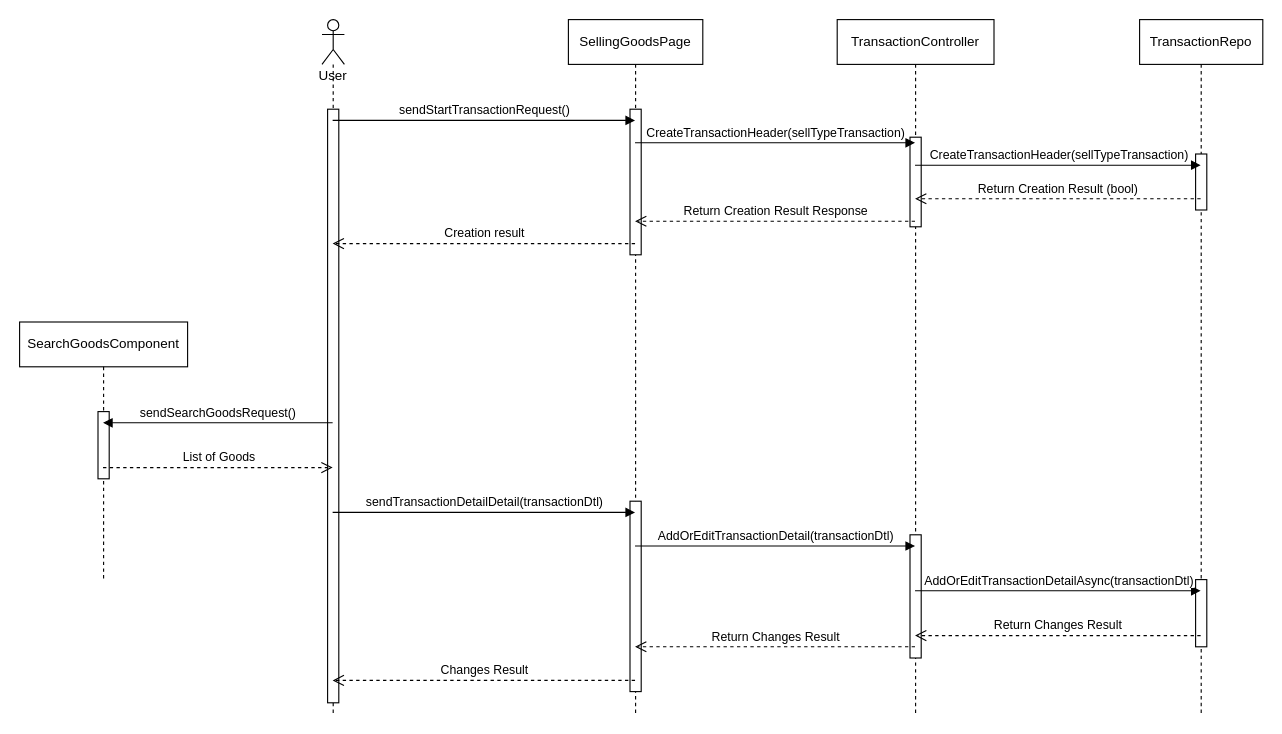
Before: Diagram/Selling Goods Sequence.drawio in ryusu777/dodo-app, a draw.io diagram. Source tidied: cells renumbered, new cells numbered last; positions are measured from the earlier drawing's top-left corner, leaving out a move shared by most shapes. Both pictures are drawn from the tidied source at 112%, with x=0, y=0 at pixel (19, 19).
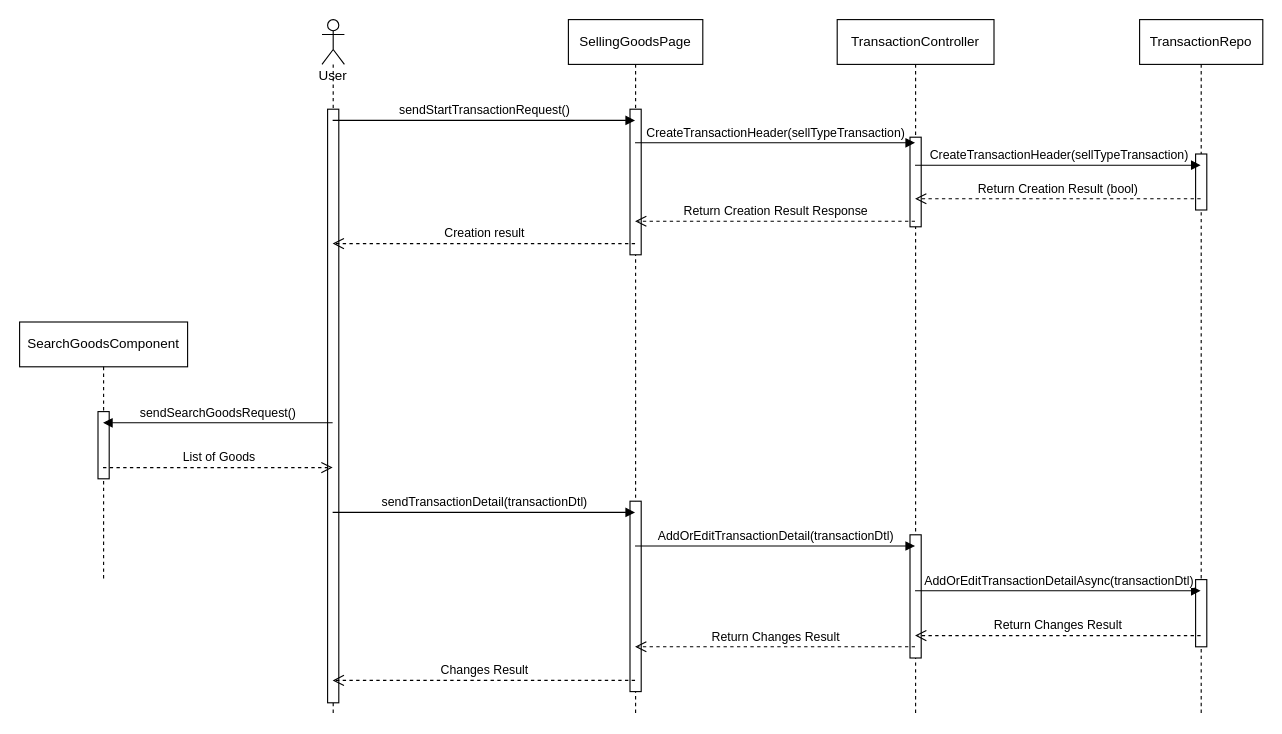
The same diagram, later.

The change refers to these unchanged cells:
```xml
<mxCell id="2" value="User" style="shape=umlLifeline;participant=umlActor;perimeter=lifelinePerimeter;whiteSpace=wrap;html=1;verticalAlign=top;spacingTop=36;outlineConnect=0;" parent="1" vertex="1">
  <mxGeometry x="270" width="20" height="620" as="geometry" />
</mxCell>
<mxCell id="4" value="SellingGoodsPage" style="shape=umlLifeline;perimeter=lifelinePerimeter;whiteSpace=wrap;html=1;outlineConnect=0;" parent="1" vertex="1">
  <mxGeometry x="490" width="120" height="620" as="geometry" />
</mxCell>
```

The edit, as a diff of the source:
```diff
@@
-    <mxCell id="19" value="sendTransactionDetailDetail(transactionDtl)" style="html=1;verticalAlign=bottom;endArrow=block;" parent="1" edge="1" source="2" target="4">
+    <mxCell id="19" value="sendTransactionDetail(transactionDtl)" style="html=1;verticalAlign=bottom;endArrow=block;" parent="1" edge="1" source="2" target="4">
       <mxGeometry relative="1" as="geometry">
         <Array as="points">
           <mxPoint x="400" y="440" />
         </Array>
       </mxGeometry>
     </mxCell>
```
